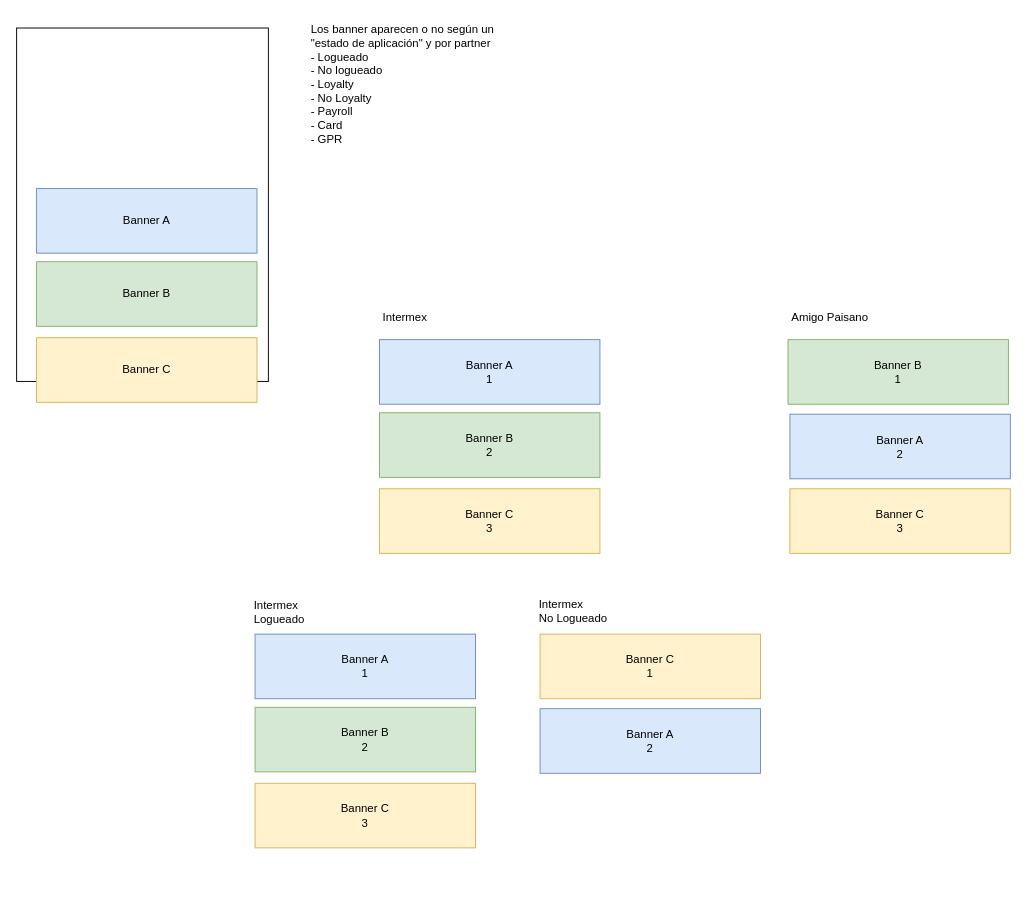
Earlier version of the draw.io diagram Banners.drawio (notariopablomarcelo/intermex). Source tidied: cells renumbered, new cells numbered last; positions are measured from the earlier drawing's top-left corner, leaving out a move shared by most shapes. Both pictures are drawn from the tidied source at 95%, with x=0, y=0 at pixel (16, 16).
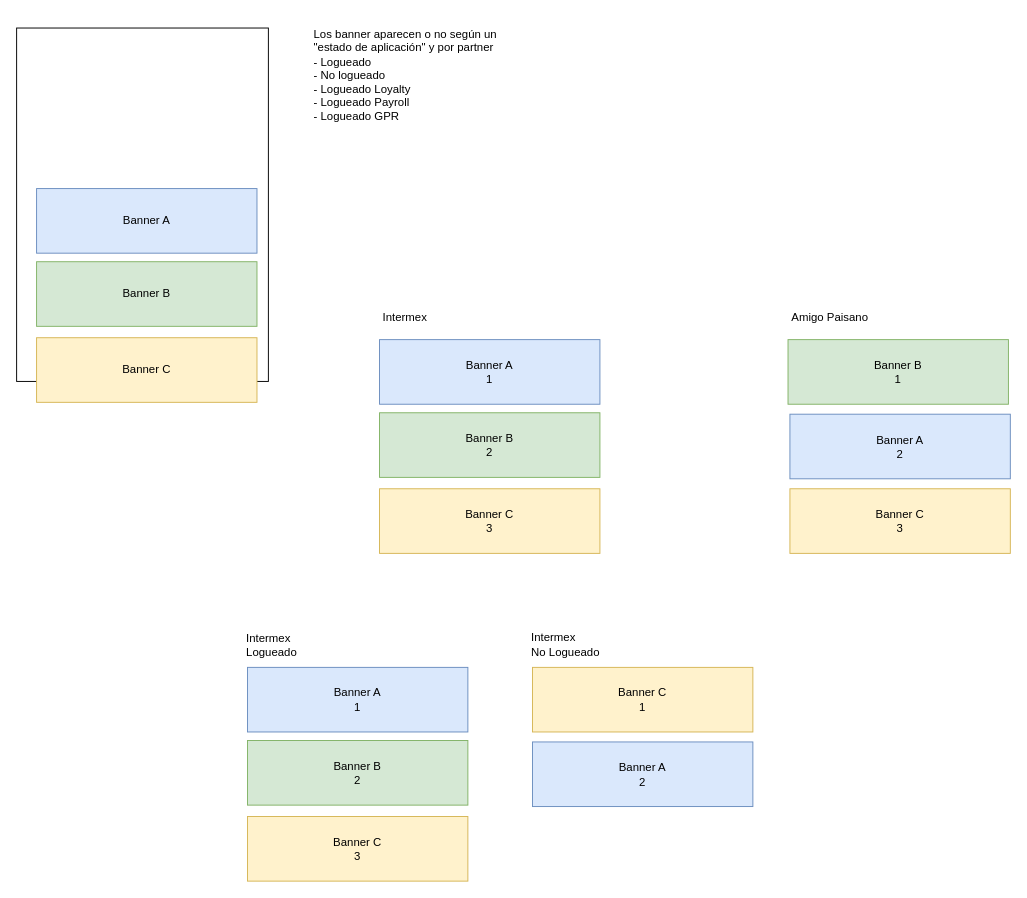
Above is the later version.

The edit, as a diff of the source:
```diff
@@
-    <mxCell id="3" value="Los banner aparecen o no según un &quot;estado de aplicación&quot; y por partner&lt;br&gt;- Logueado&lt;br&gt;- No logueado&lt;br&gt;- Loyalty&lt;br&gt;- No Loyalty&lt;br&gt;- Payroll&lt;br&gt;- Card&lt;br&gt;- GPR" style="text;html=1;strokeColor=none;fillColor=none;align=left;verticalAlign=top;whiteSpace=wrap;rounded=0;" parent="1" vertex="1">
-      <mxGeometry x="308" width="196" height="239" as="geometry" />
+    <mxCell id="3" value="Los banner aparecen o no según un &quot;estado de aplicación&quot; y por partner&lt;br&gt;- Logueado&lt;br&gt;- No logueado&lt;br&gt;- Logueado Loyalty&lt;br&gt;- Logueado Payroll&lt;br&gt;- Logueado GPR" style="text;html=1;strokeColor=none;fillColor=none;align=left;verticalAlign=top;whiteSpace=wrap;rounded=0;" parent="1" vertex="1">
+      <mxGeometry x="311" y="5" width="196" height="239" as="geometry" />
     </mxCell>
@@
     <mxCell id="17" style="group;" parent="1" vertex="1">
-      <mxGeometry x="251" y="650" width="232" height="225" as="geometry" />
+      <mxGeometry x="243" y="685" width="232" height="225" as="geometry" />
     </mxCell>
@@
     <mxCell id="21" value="Intermex&lt;br&gt;Logueado" style="text;html=1;strokeColor=none;fillColor=none;align=left;verticalAlign=middle;whiteSpace=wrap;rounded=0;" parent="1" vertex="1">
-      <mxGeometry x="248" y="612" width="60" height="30" as="geometry" />
+      <mxGeometry x="240" y="647" width="60" height="30" as="geometry" />
     </mxCell>
     <mxCell id="22" value="Intermex&lt;br&gt;No Logueado" style="text;html=1;strokeColor=none;fillColor=none;align=left;verticalAlign=middle;whiteSpace=wrap;rounded=0;" parent="1" vertex="1">
-      <mxGeometry x="548" y="611" width="158" height="30" as="geometry" />
+      <mxGeometry x="540" y="646" width="158" height="30" as="geometry" />
     </mxCell>
     <mxCell id="23" value="Banner A&lt;br&gt;2" style="rounded=0;whiteSpace=wrap;html=1;fillColor=#dae8fc;strokeColor=#6c8ebf;" parent="1" vertex="1">
-      <mxGeometry x="551" y="728.5" width="232" height="68" as="geometry" />
+      <mxGeometry x="543" y="763.5" width="232" height="68" as="geometry" />
     </mxCell>
     <mxCell id="24" value="Banner C&lt;br&gt;1" style="rounded=0;whiteSpace=wrap;html=1;fillColor=#fff2cc;strokeColor=#d6b656;" parent="1" vertex="1">
-      <mxGeometry x="551" y="650" width="232" height="68" as="geometry" />
+      <mxGeometry x="543" y="685" width="232" height="68" as="geometry" />
     </mxCell>
```
